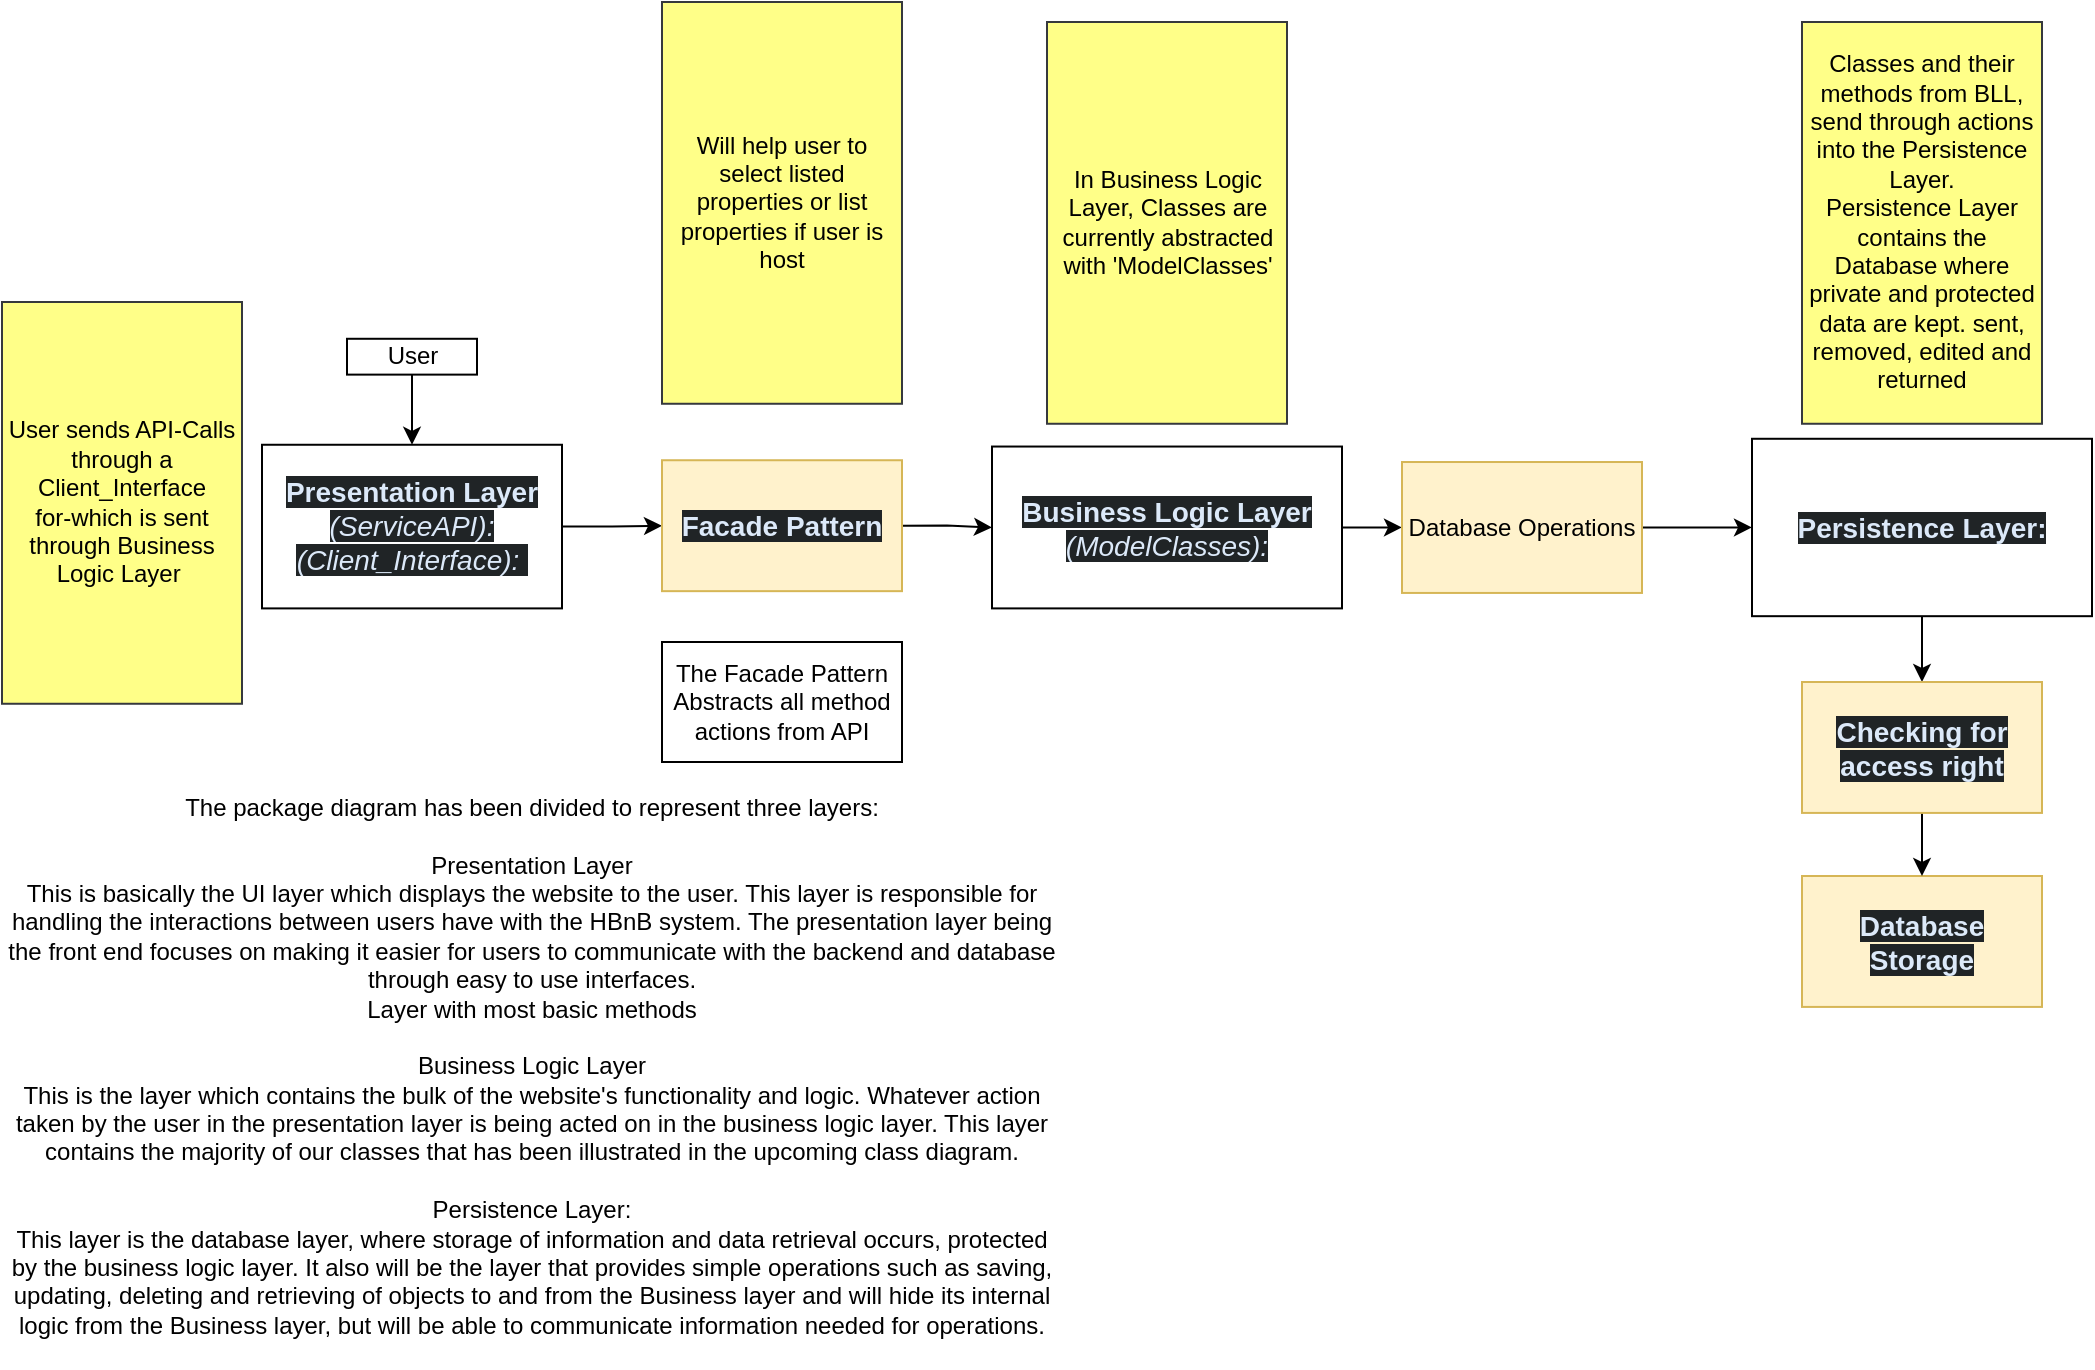
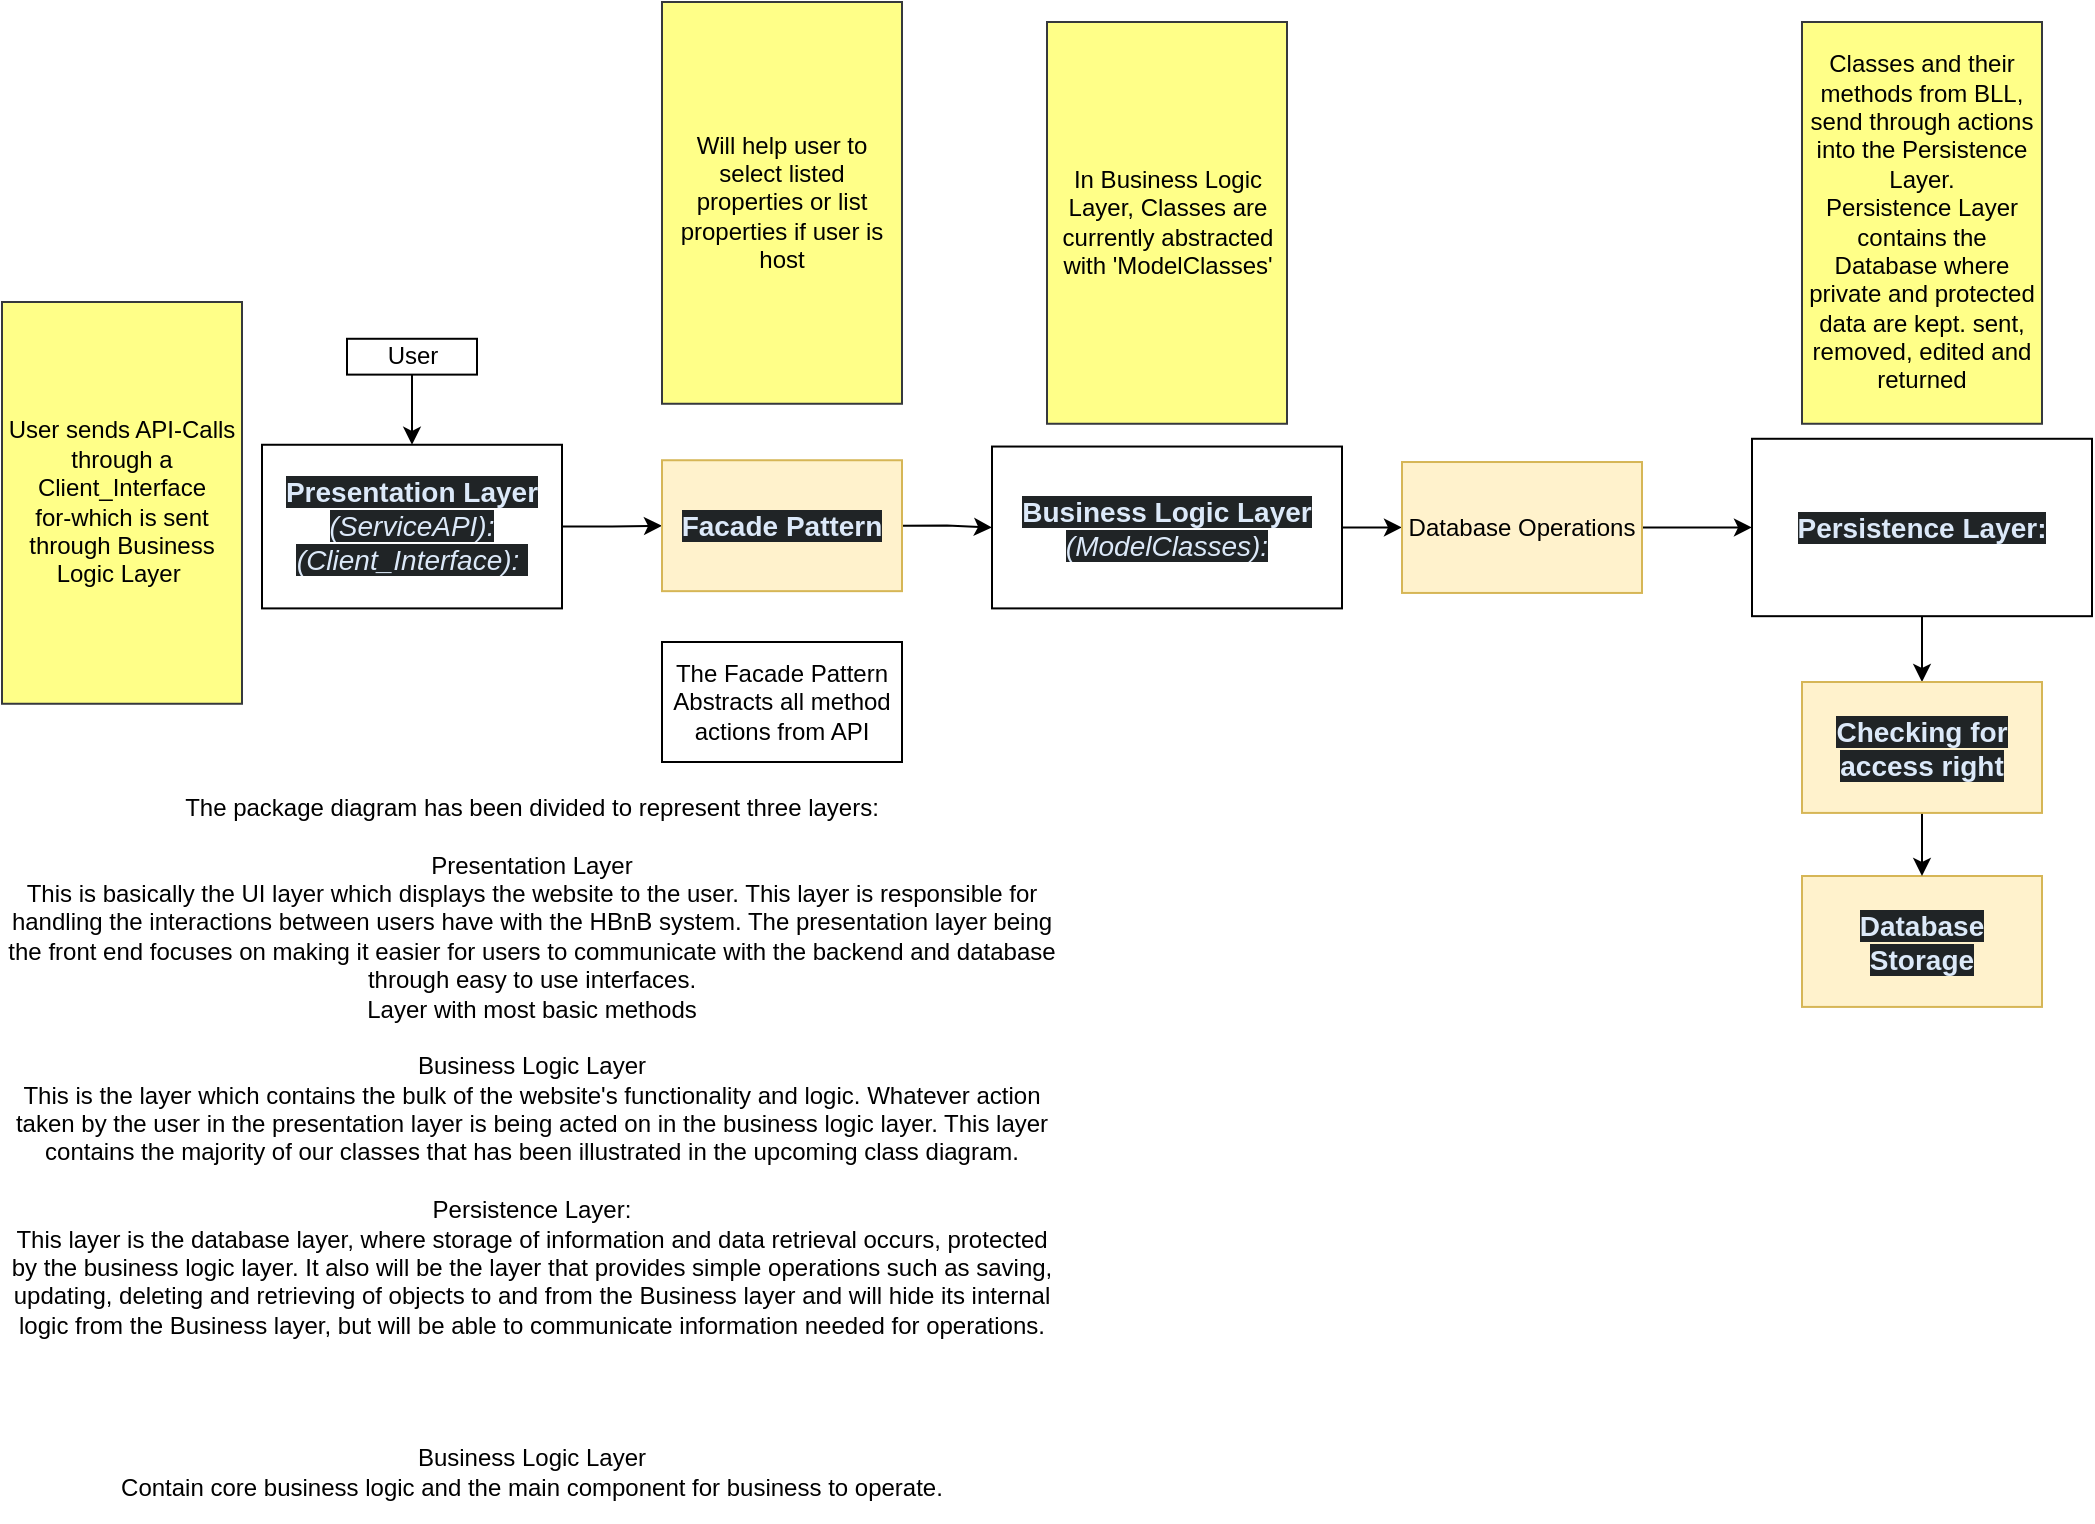
<mxfile host="app.diagrams.net">
  <diagram name="Page-1" id="2KrW7VEhyqmw7Nx4Ttr-">
    <mxGraphModel dx="1134" dy="780" grid="1" gridSize="10" guides="1" tooltips="1" connect="1" arrows="1" fold="1" page="1" pageScale="1" pageWidth="850" pageHeight="1100" math="0" shadow="0">
      <root>
        <mxCell id="0" />
        <mxCell id="1" parent="0" />
        <mxCell id="vZHe2jEZJALmbnLdjFB--106" edge="1" parent="1" source="vZHe2jEZJALmbnLdjFB--105" style="edgeStyle=orthogonalEdgeStyle;rounded=0;orthogonalLoop=1;jettySize=auto;html=1;entryX=0.5;entryY=0;entryDx=0;entryDy=0;exitX=0.5;exitY=1;exitDx=0;exitDy=0;" target="vZHe2jEZJALmbnLdjFB--6" value="">
          <mxGeometry relative="1" as="geometry">
            <mxPoint x="360" y="250" as="sourcePoint" />
          </mxGeometry>
        </mxCell>
        <mxCell id="vZHe2jEZJALmbnLdjFB--6" parent="1" style="rounded=0;whiteSpace=wrap;html=1;" value="&lt;strong style=&quot;box-sizing: border-box; font-weight: bold; scrollbar-color: rgb(95, 99, 104) rgb(49, 54, 60); color: rgb(220, 233, 249); font-family: aktiv-grotesk, sans-serif; font-size: 14px; text-align: start; background-color: rgb(32, 36, 38);&quot;&gt;Presentation Layer &lt;/strong&gt;&lt;span style=&quot;box-sizing: border-box; scrollbar-color: rgb(95, 99, 104) rgb(49, 54, 60); color: rgb(220, 233, 249); font-family: aktiv-grotesk, sans-serif; font-size: 14px; text-align: start; background-color: rgb(32, 36, 38);&quot;&gt;&lt;i&gt;(ServiceAPI):&lt;/i&gt;&lt;/span&gt;&lt;div&gt;&lt;span style=&quot;color: rgb(220, 233, 249); font-family: aktiv-grotesk, sans-serif; font-size: 14px; text-align: start; background-color: rgb(32, 36, 38);&quot;&gt;&lt;i&gt;(Client_Interface):&amp;nbsp;&lt;/i&gt;&lt;/span&gt;&lt;/div&gt;" vertex="1">
          <mxGeometry height="81.82" width="150" x="400" y="301.38" as="geometry" />
        </mxCell>
        <mxCell id="vZHe2jEZJALmbnLdjFB--8" edge="1" parent="1" source="vZHe2jEZJALmbnLdjFB--10" style="edgeStyle=orthogonalEdgeStyle;rounded=0;orthogonalLoop=1;jettySize=auto;html=1;exitX=1;exitY=0.5;exitDx=0;exitDy=0;entryX=0;entryY=0.5;entryDx=0;entryDy=0;" target="vZHe2jEZJALmbnLdjFB--39">
          <mxGeometry relative="1" as="geometry" />
        </mxCell>
        <mxCell id="vZHe2jEZJALmbnLdjFB--10" parent="1" style="rounded=0;whiteSpace=wrap;html=1;" value="&lt;span style=&quot;box-sizing: border-box; scrollbar-color: rgb(95, 99, 104) rgb(49, 54, 60); color: rgb(220, 233, 249); font-family: aktiv-grotesk, sans-serif; font-size: 14px; text-align: start; background-color: rgb(32, 36, 38);&quot;&gt;&lt;b&gt;Business Logic Layer &lt;/b&gt;&lt;i style=&quot;&quot;&gt;(ModelClasses):&lt;/i&gt;&lt;/span&gt;" vertex="1">
          <mxGeometry height="80.93" width="175" x="765" y="302.27" as="geometry" />
        </mxCell>
        <mxCell id="vZHe2jEZJALmbnLdjFB--11" edge="1" parent="1" source="vZHe2jEZJALmbnLdjFB--12" style="edgeStyle=orthogonalEdgeStyle;rounded=0;orthogonalLoop=1;jettySize=auto;html=1;exitX=0.5;exitY=1;exitDx=0;exitDy=0;entryX=0.5;entryY=0;entryDx=0;entryDy=0;" target="vZHe2jEZJALmbnLdjFB--102">
          <mxGeometry relative="1" as="geometry" />
        </mxCell>
        <mxCell id="vZHe2jEZJALmbnLdjFB--12" parent="1" style="rounded=0;whiteSpace=wrap;html=1;" value="&lt;strong style=&quot;box-sizing: border-box; font-weight: bold; scrollbar-color: rgb(95, 99, 104) rgb(49, 54, 60); color: rgb(220, 233, 249); font-family: aktiv-grotesk, sans-serif; font-size: 14px; text-align: start; background-color: rgb(32, 36, 38);&quot;&gt;Persistence Layer:&lt;/strong&gt;" vertex="1">
          <mxGeometry height="88.7" width="170" x="1145" y="298.39" as="geometry" />
        </mxCell>
        <mxCell id="vZHe2jEZJALmbnLdjFB--29" parent="1" style="rounded=0;whiteSpace=wrap;html=1;align=center;fillColor=#fff2cc;strokeColor=#d6b656;" value="&lt;div style=&quot;&quot;&gt;&lt;font color=&quot;#dce9f9&quot; face=&quot;aktiv-grotesk, sans-serif&quot;&gt;&lt;span style=&quot;font-size: 14px; background-color: rgb(32, 36, 38);&quot;&gt;&lt;b&gt;Database&lt;br&gt;Storage&lt;/b&gt;&lt;/span&gt;&lt;/font&gt;&lt;/div&gt;" vertex="1">
          <mxGeometry height="65.46" width="120" x="1170" y="517" as="geometry" />
        </mxCell>
        <mxCell id="vZHe2jEZJALmbnLdjFB--35" edge="1" parent="1" source="vZHe2jEZJALmbnLdjFB--37" style="edgeStyle=orthogonalEdgeStyle;rounded=0;orthogonalLoop=1;jettySize=auto;html=1;exitX=1;exitY=0.5;exitDx=0;exitDy=0;" target="vZHe2jEZJALmbnLdjFB--10">
          <mxGeometry relative="1" as="geometry">
            <mxPoint x="750" y="339.5700000000001" as="sourcePoint" />
          </mxGeometry>
        </mxCell>
        <mxCell id="vZHe2jEZJALmbnLdjFB--36" edge="1" parent="1" source="vZHe2jEZJALmbnLdjFB--6" style="edgeStyle=orthogonalEdgeStyle;rounded=0;orthogonalLoop=1;jettySize=auto;html=1;exitX=1;exitY=0.5;exitDx=0;exitDy=0;entryX=0;entryY=0.5;entryDx=0;entryDy=0;" target="vZHe2jEZJALmbnLdjFB--37">
          <mxGeometry relative="1" as="geometry">
            <mxPoint x="575" y="430" as="targetPoint" />
          </mxGeometry>
        </mxCell>
        <mxCell id="vZHe2jEZJALmbnLdjFB--37" parent="1" style="rounded=0;whiteSpace=wrap;html=1;align=center;fillColor=#fff2cc;strokeColor=#d6b656;" value="&lt;div style=&quot;&quot;&gt;&lt;font color=&quot;#dce9f9&quot; face=&quot;aktiv-grotesk, sans-serif&quot;&gt;&lt;span style=&quot;font-size: 14px; background-color: rgb(32, 36, 38);&quot;&gt;&lt;b&gt;Facade Pattern&lt;/b&gt;&lt;/span&gt;&lt;/font&gt;&lt;/div&gt;" vertex="1">
          <mxGeometry height="65.46" width="120" x="600" y="309.11999999999995" as="geometry" />
        </mxCell>
        <mxCell id="vZHe2jEZJALmbnLdjFB--38" edge="1" parent="1" source="vZHe2jEZJALmbnLdjFB--39" style="edgeStyle=orthogonalEdgeStyle;rounded=0;orthogonalLoop=1;jettySize=auto;html=1;exitX=1;exitY=0.5;exitDx=0;exitDy=0;entryX=0;entryY=0.5;entryDx=0;entryDy=0;" target="vZHe2jEZJALmbnLdjFB--12">
          <mxGeometry relative="1" as="geometry" />
        </mxCell>
        <mxCell id="vZHe2jEZJALmbnLdjFB--39" parent="1" style="rounded=0;whiteSpace=wrap;html=1;align=center;fillColor=#fff2cc;strokeColor=#d6b656;" value="Database Operations" vertex="1">
          <mxGeometry height="65.46" width="120" x="970" y="310.01" as="geometry" />
        </mxCell>
        <mxCell id="vZHe2jEZJALmbnLdjFB--101" edge="1" parent="1" source="vZHe2jEZJALmbnLdjFB--102" style="edgeStyle=orthogonalEdgeStyle;rounded=0;orthogonalLoop=1;jettySize=auto;html=1;exitX=0.5;exitY=1;exitDx=0;exitDy=0;entryX=0.5;entryY=0;entryDx=0;entryDy=0;" target="vZHe2jEZJALmbnLdjFB--29">
          <mxGeometry relative="1" as="geometry">
            <mxPoint x="1460" y="530" as="targetPoint" />
          </mxGeometry>
        </mxCell>
        <mxCell id="vZHe2jEZJALmbnLdjFB--102" parent="1" style="rounded=0;whiteSpace=wrap;html=1;align=center;fillColor=#fff2cc;strokeColor=#d6b656;" value="&lt;div style=&quot;&quot;&gt;&lt;font color=&quot;#dce9f9&quot; face=&quot;aktiv-grotesk, sans-serif&quot;&gt;&lt;span style=&quot;font-size: 14px; background-color: rgb(32, 36, 38);&quot;&gt;&lt;b&gt;Checking for access right&lt;/b&gt;&lt;/span&gt;&lt;/font&gt;&lt;/div&gt;" vertex="1">
          <mxGeometry height="65.46" width="120" x="1170" y="420" as="geometry" />
        </mxCell>
        <mxCell id="vZHe2jEZJALmbnLdjFB--105" parent="1" style="whiteSpace=wrap;html=1;rounded=0;" value="User" vertex="1">
          <mxGeometry height="17.92" width="65" x="442.5" y="248.39" as="geometry" />
        </mxCell>
        <mxCell id="WIsYPLuYnzwIEppj4hiX-1" parent="1" style="rounded=0;whiteSpace=wrap;html=1;fillColor=light-dark(#FFFF88,#FFFF63);strokeColor=#36393d;fontColor=light-dark(#000000,#000000);" value="User sends API-Calls through a Client_Interface&lt;br&gt;for-which is sent through Business Logic Layer&amp;nbsp;" vertex="1">
          <mxGeometry height="200.88" width="120" x="270" y="230" as="geometry" />
        </mxCell>
        <mxCell id="WIsYPLuYnzwIEppj4hiX-2" parent="1" style="rounded=0;whiteSpace=wrap;html=1;fillColor=light-dark(#FFFF88,#FFFF63);strokeColor=#36393d;fontColor=light-dark(#000000,#000000);" value="In Business Logic Layer, Classes are currently abstracted with &#39;ModelClasses&#39;" vertex="1">
          <mxGeometry height="200.88" width="120" x="792.5" y="90" as="geometry" />
        </mxCell>
        <mxCell id="WIsYPLuYnzwIEppj4hiX-3" parent="1" style="rounded=0;whiteSpace=wrap;html=1;fillColor=light-dark(#FFFF88,#FFFF63);strokeColor=#36393d;fontColor=light-dark(#000000,#000000);" value="Classes and their methods from BLL,&lt;br&gt;send through actions into the Persistence Layer.&lt;br&gt;Persistence Layer contains the Database where private and protected data are kept. sent, removed, edited and returned" vertex="1">
          <mxGeometry height="200.88" width="120" x="1170" y="90" as="geometry" />
        </mxCell>
        <mxCell id="WgZE8rlp9okLk8PS5iAP-1" parent="1" style="rounded=0;whiteSpace=wrap;html=1;fillColor=light-dark(#FFFF88,#FFFF63);strokeColor=#36393d;fontColor=light-dark(#000000,#000000);" value="Will help user to select listed properties or list properties if user is host" vertex="1">
          <mxGeometry height="200.88" width="120" x="600" y="80" as="geometry" />
        </mxCell>
        <mxCell id="jcnPVMmyGXToek09mdS7-1" parent="1" style="rounded=0;whiteSpace=wrap;html=1;" value="The Facade Pattern Abstracts all method actions from API" vertex="1">
          <mxGeometry height="60" width="120" x="600" y="400" as="geometry" />
        </mxCell>
        <mxCell id="3AgvAKh3npFNZkdtQLno-1" parent="1" style="text;html=1;whiteSpace=wrap;strokeColor=none;fillColor=none;align=center;verticalAlign=middle;rounded=0;" value="The package diagram has been divided to represent three layers:&lt;br&gt;&lt;br&gt;Presentation Layer&lt;div&gt;This is basically the UI layer which displays the website to the user. This layer is responsible for handling the interactions between users have with the HBnB system. The presentation layer being the front end focuses on making it easier for users to communicate with the backend and database through easy to use interfaces.&lt;br&gt;Layer with most basic methods&lt;br&gt;&lt;br&gt;Business Logic Layer&lt;div&gt;This is the layer which contains the bulk of the website&#39;s functionality and logic. Whatever action taken by the user in the presentation layer is being acted on in the business logic layer. This layer contains the majority of our classes that has been illustrated in the upcoming class diagram.&lt;/div&gt;&lt;div&gt;&lt;br&gt;&lt;/div&gt;&lt;div&gt;Persistence Layer:&lt;/div&gt;&lt;div&gt;This layer is the database layer, where storage of information and data retrieval occurs, protected by the business logic layer. It also will be the layer that provides simple operations such as saving, updating, deleting and retrieving of objects to and from the Business layer and will hide its internal logic from the Business layer, but will be able to communicate information needed for operations.&lt;/div&gt;&lt;/div&gt;" vertex="1">
          <mxGeometry height="303" width="530" x="270" y="460" as="geometry" />
        </mxCell>
+         <mxCell id="W_o3C3PsjH2Ao98SipCb-2" parent="1" style="text;html=1;whiteSpace=wrap;strokeColor=none;fillColor=none;align=center;verticalAlign=middle;rounded=0;" value="Business Logic Layer&lt;div&gt;Contain core business logic and the main component for business to operate.&lt;/div&gt;" vertex="1">
+           <mxGeometry height="50" width="530" x="270" y="790" as="geometry" />
+         </mxCell>
      </root>
    </mxGraphModel>
  </diagram>
</mxfile>
